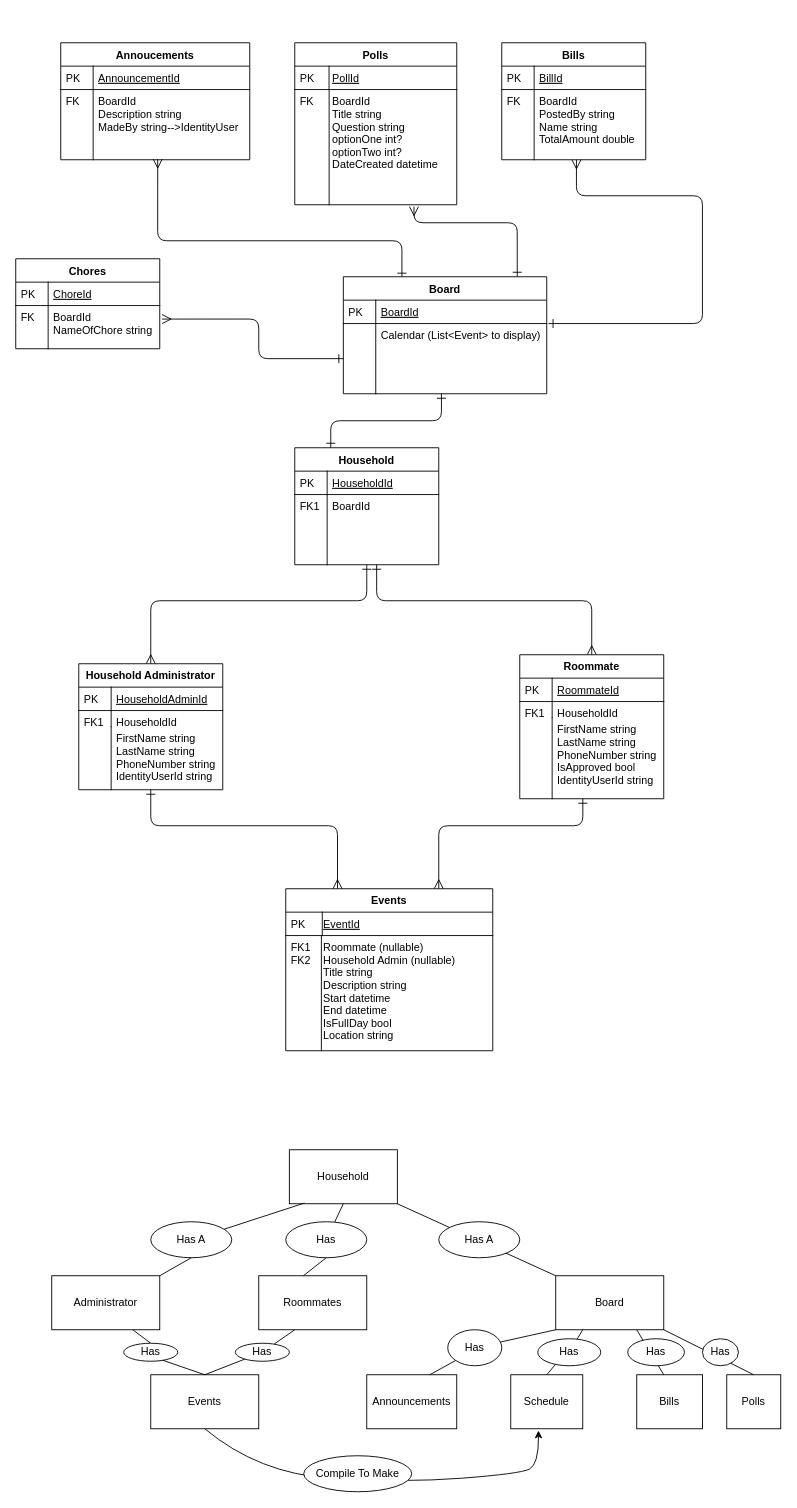
andrewbaird17/Capstone_TheCommonRoom keeps this draw.io diagram as UserStoriesAndPlanningDocuments/IndividualCapstone.drawio. Above is the earlier version. Source tidied: cells renumbered, new cells numbered last; positions are measured from the earlier drawing's top-left corner, leaving out a move shared by most shapes. Both pictures are drawn from the tidied source at 90%, with x=0, y=0 at pixel (15, 42).
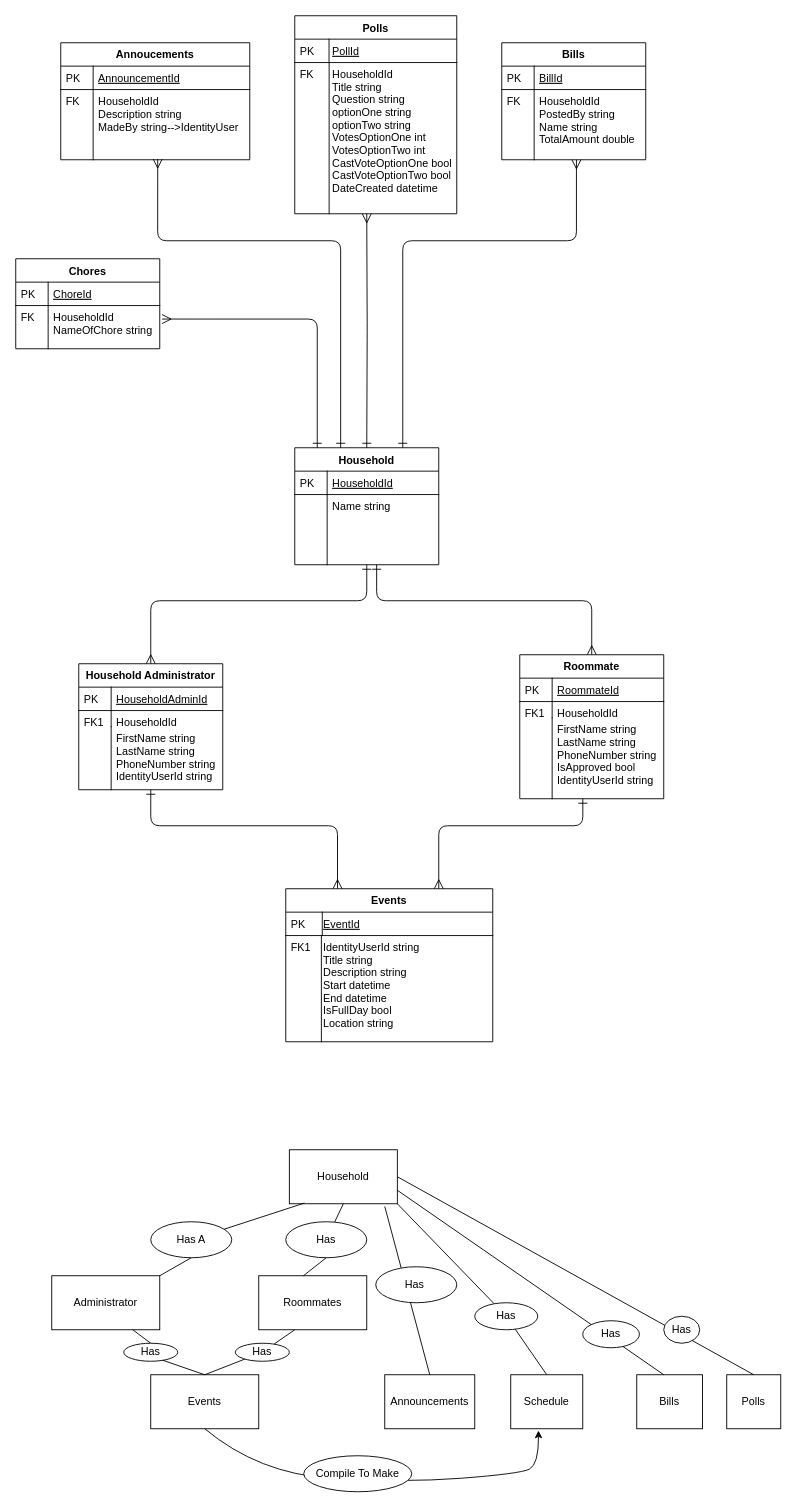
After the change.

Commit message (it also covers changes not shown here):
Base email method works, next use it to email a list of roommates. Implemented using SendGrid 'Twilio related'

The change refers to these unchanged cells:
```xml
<mxCell id="4" value="Household" style="swimlane;fontStyle=1;horizontal=1;startSize=26;rounded=0;shadow=0;strokeWidth=1;" parent="1" vertex="1">
  <mxGeometry x="310" y="450" width="160" height="130" as="geometry" />
</mxCell>
<mxCell id="29" value="Annoucements" style="swimlane;fontStyle=1;horizontal=1;startSize=26;rounded=0;shadow=0;strokeWidth=1;" parent="1" vertex="1">
  <mxGeometry x="50" width="210" height="130" as="geometry" />
</mxCell>
<mxCell id="34" value="Bills" style="swimlane;fontStyle=1;horizontal=1;startSize=26;rounded=0;shadow=0;strokeWidth=1;" parent="1" vertex="1">
  <mxGeometry x="540" width="160" height="130" as="geometry" />
</mxCell>
<mxCell id="55" value="Chores" style="swimlane;fontStyle=1;horizontal=1;startSize=26;rounded=0;shadow=0;strokeWidth=1;" parent="1" vertex="1">
  <mxGeometry y="240" width="160" height="100" as="geometry" />
</mxCell>
<mxCell id="62" value="Household" style="rounded=0;whiteSpace=wrap;html=1;" parent="1" vertex="1">
  <mxGeometry x="304" y="1230" width="120" height="60" as="geometry" />
</mxCell>
```

Change to the diagram source:
```diff
@@
-    <mxCell id="7" value="BoardId" style="shape=partialRectangle;top=0;left=0;right=0;bottom=0;align=left;verticalAlign=top;fillColor=none;spacingLeft=40;spacingRight=4;overflow=hidden;rounded=0;shadow=0;strokeWidth=1;" parent="4" vertex="1">
+    <mxCell id="7" value="Name string" style="shape=partialRectangle;top=0;left=0;right=0;bottom=0;align=left;verticalAlign=top;fillColor=none;spacingLeft=40;spacingRight=4;overflow=hidden;rounded=0;shadow=0;strokeWidth=1;" parent="4" vertex="1">
       <mxGeometry y="52" width="160" height="78" as="geometry" />
     </mxCell>
-    <mxCell id="8" value="FK1" style="shape=partialRectangle;top=0;left=0;bottom=0;fillColor=none;align=left;verticalAlign=top;spacingLeft=4;spacingRight=4;overflow=hidden;" parent="7" vertex="1">
+    <mxCell id="8" style="shape=partialRectangle;top=0;left=0;bottom=0;fillColor=none;align=left;verticalAlign=top;spacingLeft=4;spacingRight=4;overflow=hidden;" parent="7" vertex="1">
       <mxGeometry width="36" height="78" as="geometry" />
     </mxCell>
@@
-    <mxCell id="23" style="edgeStyle=orthogonalEdgeStyle;endArrow=ERone;startArrow=ERone;shadow=0;strokeWidth=1;endSize=8;startSize=8;entryX=0.25;entryY=0;entryDx=0;entryDy=0;startFill=0;endFill=0;" parent="1" edge="1" target="4">
-      <mxGeometry relative="1" as="geometry">
-        <mxPoint x="473" y="390" as="sourcePoint" />
-        <Array as="points">
-          <mxPoint x="473" y="420" />
-          <mxPoint x="350" y="420" />
-        </Array>
-      </mxGeometry>
-    </mxCell>
     <mxCell id="24" value="Polls" style="swimlane;fontStyle=1;horizontal=1;startSize=26;rounded=0;shadow=0;strokeWidth=1;" parent="1" vertex="1">
-      <mxGeometry x="310" width="180" height="180" as="geometry" />
+      <mxGeometry x="310" y="-30" width="180" height="220" as="geometry" />
     </mxCell>
-    <mxCell id="25" value="PollId&#10;" style="shape=partialRectangle;top=0;left=0;right=0;bottom=1;align=left;verticalAlign=top;fillColor=none;spacingLeft=40;spacingRight=4;overflow=hidden;rounded=0;shadow=0;strokeWidth=1;fontStyle=4;" parent="24" vertex="1">
+    <mxCell id="25" value="PollId" style="shape=partialRectangle;top=0;left=0;right=0;bottom=1;align=left;verticalAlign=top;fillColor=none;spacingLeft=40;spacingRight=4;overflow=hidden;rounded=0;shadow=0;strokeWidth=1;fontStyle=4;" parent="24" vertex="1">
       <mxGeometry y="26" width="180" height="26" as="geometry" />
     </mxCell>
@@
-    <mxCell id="27" value="BoardId&#10;Title string&#10;Question string&#10;optionOne int?&#10;optionTwo int?&#10;DateCreated datetime" style="shape=partialRectangle;top=0;left=0;right=0;bottom=0;align=left;verticalAlign=top;fillColor=none;spacingLeft=40;spacingRight=4;overflow=hidden;points=[[0,0.5],[1,0.5]];portConstraint=eastwest;rounded=0;shadow=0;strokeWidth=1;" parent="24" vertex="1">
-      <mxGeometry y="52" width="180" height="128" as="geometry" />
+    <mxCell id="27" value="HouseholdId&#10;Title string&#10;Question string&#10;optionOne string&#10;optionTwo string&#10;VotesOptionOne int&#10;VotesOptionTwo int&#10;CastVoteOptionOne bool&#10;CastVoteOptionTwo bool&#10;DateCreated datetime" style="shape=partialRectangle;top=0;left=0;right=0;bottom=0;align=left;verticalAlign=top;fillColor=none;spacingLeft=40;spacingRight=4;overflow=hidden;points=[[0,0.5],[1,0.5]];portConstraint=eastwest;rounded=0;shadow=0;strokeWidth=1;" parent="24" vertex="1">
+      <mxGeometry y="52" width="180" height="168" as="geometry" />
     </mxCell>
     <mxCell id="28" value="FK" style="shape=partialRectangle;top=0;left=0;bottom=0;fillColor=none;align=left;verticalAlign=top;spacingLeft=4;spacingRight=4;overflow=hidden;" parent="27" vertex="1">
-      <mxGeometry width="38.2" height="128" as="geometry" />
+      <mxGeometry width="38.2" height="168" as="geometry" />
     </mxCell>
@@
-    <mxCell id="32" value="BoardId&#10;Description string&#10;MadeBy string--&gt;IdentityUser" style="shape=partialRectangle;top=0;left=0;right=0;bottom=0;align=left;verticalAlign=top;fillColor=none;spacingLeft=40;spacingRight=4;overflow=hidden;points=[[0,0.5],[1,0.5]];portConstraint=eastwest;rounded=0;shadow=0;strokeWidth=1;" parent="29" vertex="1">
+    <mxCell id="32" value="HouseholdId&#10;Description string&#10;MadeBy string--&gt;IdentityUser" style="shape=partialRectangle;top=0;left=0;right=0;bottom=0;align=left;verticalAlign=top;fillColor=none;spacingLeft=40;spacingRight=4;overflow=hidden;points=[[0,0.5],[1,0.5]];portConstraint=eastwest;rounded=0;shadow=0;strokeWidth=1;" parent="29" vertex="1">
       <mxGeometry y="52" width="210" height="78" as="geometry" />
     </mxCell>
@@
-    <mxCell id="37" value="BoardId&#10;PostedBy string&#10;Name string&#10;TotalAmount double" style="shape=partialRectangle;top=0;left=0;right=0;bottom=0;align=left;verticalAlign=top;fillColor=none;spacingLeft=40;spacingRight=4;overflow=hidden;rounded=0;shadow=0;strokeWidth=1;" parent="34" vertex="1">
+    <mxCell id="37" value="HouseholdId&#10;PostedBy string&#10;Name string&#10;TotalAmount double" style="shape=partialRectangle;top=0;left=0;right=0;bottom=0;align=left;verticalAlign=top;fillColor=none;spacingLeft=40;spacingRight=4;overflow=hidden;rounded=0;shadow=0;strokeWidth=1;" parent="34" vertex="1">
       <mxGeometry y="52" width="160" height="78" as="geometry" />
     </mxCell>
@@
     <mxCell id="39" value="Events" style="swimlane;fontStyle=1;horizontal=1;startSize=26;rounded=0;shadow=0;strokeWidth=1;" parent="1" vertex="1">
-      <mxGeometry x="300" y="940" width="230" height="180" as="geometry" />
+      <mxGeometry x="300" y="940" width="230" height="170" as="geometry" />
     </mxCell>
@@
-    <mxCell id="42" value="Roommate (nullable)&#10;Household Admin (nullable)&#10;Title string&#10;Description string&#10;Start datetime&#10;End datetime&#10;IsFullDay bool&#10;Location string" style="shape=partialRectangle;top=0;left=0;right=0;bottom=0;align=left;verticalAlign=top;fillColor=none;spacingLeft=40;spacingRight=4;overflow=hidden;rounded=0;shadow=0;strokeWidth=1;" parent="39" vertex="1">
-      <mxGeometry y="52" width="230" height="128" as="geometry" />
+    <mxCell id="42" value="IdentityUserId string&#10;Title string&#10;Description string&#10;Start datetime&#10;End datetime&#10;IsFullDay bool&#10;Location string" style="shape=partialRectangle;top=0;left=0;right=0;bottom=0;align=left;verticalAlign=top;fillColor=none;spacingLeft=40;spacingRight=4;overflow=hidden;rounded=0;shadow=0;strokeWidth=1;" parent="39" vertex="1">
+      <mxGeometry y="52" width="230" height="118" as="geometry" />
     </mxCell>
-    <mxCell id="43" value="FK1&#10;FK2" style="shape=partialRectangle;top=0;left=0;bottom=0;fillColor=none;align=left;verticalAlign=top;spacingLeft=4;spacingRight=4;overflow=hidden;" parent="42" vertex="1">
-      <mxGeometry width="39.6" height="128" as="geometry" />
+    <mxCell id="43" value="FK1" style="shape=partialRectangle;top=0;left=0;bottom=0;fillColor=none;align=left;verticalAlign=top;spacingLeft=4;spacingRight=4;overflow=hidden;" parent="42" vertex="1">
+      <mxGeometry width="39.6" height="118" as="geometry" />
     </mxCell>
@@
-    <mxCell id="46" style="edgeStyle=orthogonalEdgeStyle;endArrow=ERone;startArrow=ERmany;shadow=0;strokeWidth=1;endSize=8;startSize=8;startFill=0;endFill=0;entryX=1.009;entryY=0;entryDx=0;entryDy=0;entryPerimeter=0;" parent="1" edge="1" target="53">
+    <mxCell id="46" style="edgeStyle=orthogonalEdgeStyle;endArrow=ERone;startArrow=ERmany;shadow=0;strokeWidth=1;endSize=8;startSize=8;startFill=0;endFill=0;entryX=0.75;entryY=0;entryDx=0;entryDy=0;" parent="1" edge="1" target="4">
       <mxGeometry relative="1" as="geometry">
         <mxPoint x="623" y="130" as="sourcePoint" />
         <Array as="points">
-          <mxPoint x="623" y="170" />
-          <mxPoint x="763" y="170" />
-          <mxPoint x="763" y="312" />
+          <mxPoint x="623" y="220" />
+          <mxPoint x="430" y="220" />
         </Array>
       </mxGeometry>
     </mxCell>
-    <mxCell id="47" style="edgeStyle=orthogonalEdgeStyle;endArrow=ERone;startArrow=ERmany;shadow=0;strokeWidth=1;endSize=8;startSize=8;entryX=0.855;entryY=0;entryDx=0;entryDy=0;startFill=0;endFill=0;exitX=0.736;exitY=1.016;exitDx=0;exitDy=0;exitPerimeter=0;entryPerimeter=0;" parent="1" edge="1" source="27" target="50">
+    <mxCell id="47" style="edgeStyle=orthogonalEdgeStyle;endArrow=ERone;startArrow=ERmany;shadow=0;strokeWidth=1;endSize=8;startSize=8;startFill=0;endFill=0;entryX=0.5;entryY=0;entryDx=0;entryDy=0;" parent="1" edge="1" target="4">
       <mxGeometry relative="1" as="geometry">
-        <Array as="points">
-          <mxPoint x="443" y="200" />
-          <mxPoint x="557" y="200" />
-        </Array>
+        <mxPoint x="390" y="190" as="sourcePoint" />
       </mxGeometry>
     </mxCell>
-    <mxCell id="48" style="edgeStyle=orthogonalEdgeStyle;endArrow=ERone;startArrow=ERmany;shadow=0;strokeWidth=1;endSize=8;startSize=8;startFill=0;endFill=0;exitX=0.513;exitY=0.99;exitDx=0;exitDy=0;exitPerimeter=0;entryX=0.288;entryY=0.008;entryDx=0;entryDy=0;entryPerimeter=0;" parent="1" edge="1" source="32" target="50">
+    <mxCell id="48" style="edgeStyle=orthogonalEdgeStyle;endArrow=ERone;startArrow=ERmany;shadow=0;strokeWidth=1;endSize=8;startSize=8;startFill=0;endFill=0;exitX=0.513;exitY=0.99;exitDx=0;exitDy=0;exitPerimeter=0;" parent="1" edge="1" source="32" target="4">
       <mxGeometry relative="1" as="geometry">
         <Array as="points">
           <mxPoint x="158" y="220" />
-          <mxPoint x="429" y="220" />
+          <mxPoint x="361" y="220" />
         </Array>
       </mxGeometry>
     </mxCell>
-    <mxCell id="49" style="edgeStyle=orthogonalEdgeStyle;endArrow=ERone;startArrow=ERmany;shadow=0;strokeWidth=1;endSize=8;startSize=8;entryX=0;entryY=0.5;entryDx=0;entryDy=0;startFill=0;endFill=0;exitX=1.016;exitY=0.313;exitDx=0;exitDy=0;exitPerimeter=0;" parent="1" edge="1" source="58" target="53">
+    <mxCell id="49" style="edgeStyle=orthogonalEdgeStyle;endArrow=ERone;startArrow=ERmany;shadow=0;strokeWidth=1;endSize=8;startSize=8;startFill=0;endFill=0;exitX=1.016;exitY=0.313;exitDx=0;exitDy=0;exitPerimeter=0;" parent="1" edge="1" source="58" target="4">
       <mxGeometry relative="1" as="geometry">
         <Array as="points">
-          <mxPoint x="270" y="307" />
-          <mxPoint x="270" y="351" />
+          <mxPoint x="335" y="307" />
         </Array>
       </mxGeometry>
     </mxCell>
-    <mxCell id="50" value="Board" style="swimlane;fontStyle=1;horizontal=1;startSize=26;rounded=0;shadow=0;strokeWidth=1;" parent="1" vertex="1">
-      <mxGeometry x="364" y="260" width="226" height="130" as="geometry" />
-    </mxCell>
-    <mxCell id="51" value="BoardId" style="shape=partialRectangle;top=0;left=0;right=0;bottom=1;align=left;verticalAlign=top;fillColor=none;spacingLeft=40;spacingRight=4;overflow=hidden;rounded=0;shadow=0;strokeWidth=1;fontStyle=4;" parent="50" vertex="1">
-      <mxGeometry y="26" width="226" height="26" as="geometry" />
-    </mxCell>
-    <mxCell id="52" value="PK" style="shape=partialRectangle;top=0;left=0;bottom=0;fillColor=none;align=left;verticalAlign=top;spacingLeft=4;spacingRight=4;overflow=hidden;" parent="51" vertex="1">
-      <mxGeometry width="36" height="26" as="geometry" />
-    </mxCell>
-    <mxCell id="53" value="Calendar (List&lt;Event&gt; to display)" style="shape=partialRectangle;top=0;left=0;right=0;bottom=0;align=left;verticalAlign=top;fillColor=none;spacingLeft=40;spacingRight=4;overflow=hidden;points=[[0,0.5],[1,0.5]];portConstraint=eastwest;rounded=0;shadow=0;strokeWidth=1;" parent="50" vertex="1">
-      <mxGeometry y="52" width="226" height="78" as="geometry" />
-    </mxCell>
-    <mxCell id="54" style="shape=partialRectangle;top=0;left=0;bottom=0;fillColor=none;align=left;verticalAlign=top;spacingLeft=4;spacingRight=4;overflow=hidden;" parent="53" vertex="1">
-      <mxGeometry width="36" height="78" as="geometry" />
-    </mxCell>
@@
-    <mxCell id="58" value="BoardId&#10;NameOfChore string" style="shape=partialRectangle;top=0;left=0;right=0;bottom=0;align=left;verticalAlign=top;fillColor=none;spacingLeft=40;spacingRight=4;overflow=hidden;points=[[0,0.5],[1,0.5]];portConstraint=eastwest;rounded=0;shadow=0;strokeWidth=1;" parent="55" vertex="1">
+    <mxCell id="58" value="HouseholdId&#10;NameOfChore string" style="shape=partialRectangle;top=0;left=0;right=0;bottom=0;align=left;verticalAlign=top;fillColor=none;spacingLeft=40;spacingRight=4;overflow=hidden;points=[[0,0.5],[1,0.5]];portConstraint=eastwest;rounded=0;shadow=0;strokeWidth=1;" parent="55" vertex="1">
       <mxGeometry y="52" width="160" height="48" as="geometry" />
     </mxCell>
@@
-    <mxCell id="64" value="Board" style="rounded=0;whiteSpace=wrap;html=1;" parent="1" vertex="1">
-      <mxGeometry x="600" y="1370" width="120" height="60" as="geometry" />
-    </mxCell>
@@
     <mxCell id="67" value="Announcements" style="rounded=0;whiteSpace=wrap;html=1;" parent="1" vertex="1">
-      <mxGeometry x="390" y="1480" width="100" height="60" as="geometry" />
+      <mxGeometry x="410" y="1480" width="100" height="60" as="geometry" />
     </mxCell>
@@
-    <mxCell id="71" style="endArrow=none;html=1;entryX=1;entryY=1;entryDx=0;entryDy=0;exitX=0;exitY=0;exitDx=0;exitDy=0;" parent="1" edge="1" source="64" target="62">
-      <mxGeometry relative="1" as="geometry" />
-    </mxCell>
@@
-    <mxCell id="74" style="endArrow=none;html=1;entryX=0;entryY=1;entryDx=0;entryDy=0;" parent="1" edge="1" source="87" target="64">
-      <mxGeometry relative="1" as="geometry" />
-    </mxCell>
-    <mxCell id="75" style="endArrow=none;html=1;entryX=0.25;entryY=1;entryDx=0;entryDy=0;" parent="1" edge="1" source="89" target="64">
-      <mxGeometry relative="1" as="geometry" />
-    </mxCell>
-    <mxCell id="76" style="endArrow=none;html=1;entryX=1;entryY=1;entryDx=0;entryDy=0;" parent="1" edge="1" target="64">
+    <mxCell id="76" style="endArrow=none;html=1;entryX=1;entryY=0.5;entryDx=0;entryDy=0;" parent="1" edge="1" target="62">
       <mxGeometry relative="1" as="geometry">
         <mxPoint x="820" y="1480" as="sourcePoint" />
       </mxGeometry>
     </mxCell>
-    <mxCell id="77" style="endArrow=none;html=1;entryX=0.75;entryY=1;entryDx=0;entryDy=0;" parent="1" edge="1" target="64">
+    <mxCell id="77" style="endArrow=none;html=1;entryX=1;entryY=0.75;entryDx=0;entryDy=0;" parent="1" edge="1" target="62">
       <mxGeometry relative="1" as="geometry">
         <mxPoint x="720" y="1480" as="sourcePoint" />
       </mxGeometry>
     </mxCell>
@@
-    <mxCell id="84" value="Has A" style="ellipse;whiteSpace=wrap;html=1;" parent="1" vertex="1">
-      <mxGeometry x="470" y="1310" width="90" height="40" as="geometry" />
-    </mxCell>
     <mxCell id="85" value="Has" style="ellipse;whiteSpace=wrap;html=1;" parent="1" vertex="1">
-      <mxGeometry x="763" y="1440" width="40" height="30" as="geometry" />
+      <mxGeometry x="720" y="1415" width="40" height="30" as="geometry" />
     </mxCell>
     <mxCell id="86" value="Has" style="ellipse;whiteSpace=wrap;html=1;" parent="1" vertex="1">
-      <mxGeometry x="680" y="1440" width="63" height="30" as="geometry" />
+      <mxGeometry x="630" y="1420" width="63" height="30" as="geometry" />
     </mxCell>
-    <mxCell id="87" value="Has" style="ellipse;whiteSpace=wrap;html=1;" parent="1" vertex="1">
-      <mxGeometry x="480" y="1430" width="60" height="40" as="geometry" />
-    </mxCell>
-    <mxCell id="88" style="endArrow=none;html=1;entryX=0;entryY=1;entryDx=0;entryDy=0;" parent="1" edge="1" target="87">
+    <mxCell id="88" style="endArrow=none;html=1;" parent="1" edge="1">
       <mxGeometry relative="1" as="geometry">
         <mxPoint x="460" y="1480" as="sourcePoint" />
+        <mxPoint x="410" y="1293" as="targetPoint" />
       </mxGeometry>
     </mxCell>
-    <mxCell id="89" value="Has" style="ellipse;whiteSpace=wrap;html=1;" parent="1" vertex="1">
-      <mxGeometry x="580" y="1440" width="70" height="30" as="geometry" />
-    </mxCell>
-    <mxCell id="90" style="endArrow=none;html=1;entryX=0.25;entryY=1;entryDx=0;entryDy=0;" parent="1" edge="1" target="89">
-      <mxGeometry relative="1" as="geometry">
-        <mxPoint x="590" y="1480" as="sourcePoint" />
-      </mxGeometry>
+    <mxCell id="90" style="endArrow=none;html=1;entryX=1;entryY=1;entryDx=0;entryDy=0;" parent="1" edge="1" source="89" target="62">
+      <mxGeometry relative="1" as="geometry" />
     </mxCell>
@@
+    <mxCell id="87" value="Has&amp;nbsp;" style="ellipse;whiteSpace=wrap;html=1;" parent="1" vertex="1">
+      <mxGeometry x="400" y="1360" width="90" height="40" as="geometry" />
+    </mxCell>
+    <mxCell id="89" value="Has" style="ellipse;whiteSpace=wrap;html=1;" parent="1" vertex="1">
+      <mxGeometry x="510" y="1400" width="70" height="30" as="geometry" />
+    </mxCell>
+    <mxCell id="95" style="endArrow=none;html=1;" parent="1" edge="1" target="89">
+      <mxGeometry relative="1" as="geometry">
+        <mxPoint x="590" y="1480" as="sourcePoint" />
+      </mxGeometry>
+    </mxCell>
```
